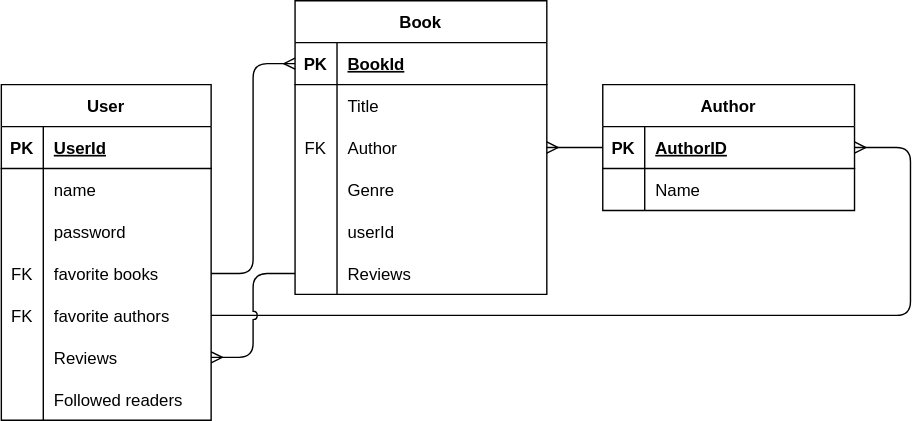
This is img/erd.drawio.svg from WaltersMatthew/BookTalk, a draw.io export, as it was before one commit. Source tidied: cells renumbered, new cells last; positions are measured from the earlier drawing's top-left corner, leaving out a move shared by most shapes.
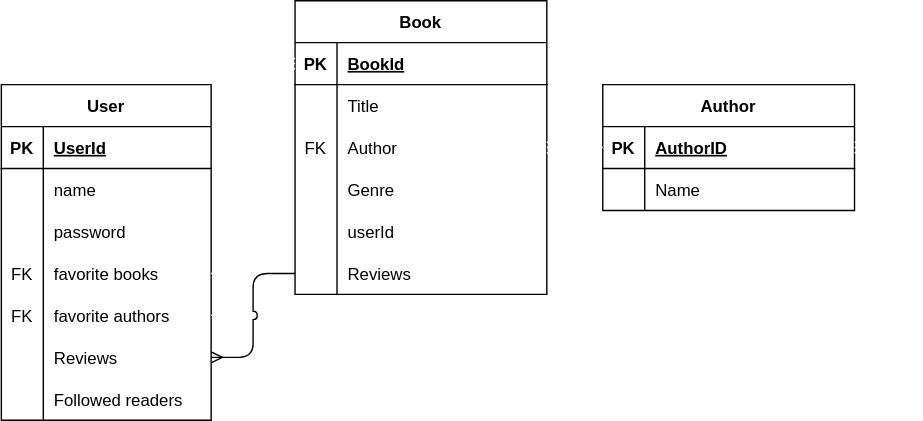
After the change.

Change to the diagram source:
```diff
@@ -125,7 +125,7 @@
     <mxCell id="42" value="Reviews" style="shape=partialRectangle;fillColor=none;top=0;left=0;bottom=0;right=0;align=left;spacingLeft=6;overflow=hidden;" parent="40" vertex="1">
       <mxGeometry x="30" width="150" height="30" as="geometry" />
     </mxCell>
-    <mxCell id="43" style="edgeStyle=entityRelationEdgeStyle;fontSize=12;html=1;endArrow=ERmany;exitX=1;exitY=0.5;exitDx=0;exitDy=0;entryX=0;entryY=0.5;entryDx=0;entryDy=0;" parent="1" edge="1" source="12" target="25">
+    <mxCell id="43" style="edgeStyle=entityRelationEdgeStyle;fontSize=12;html=1;endArrow=ERmany;exitX=1;exitY=0.5;exitDx=0;exitDy=0;entryX=0;entryY=0.5;entryDx=0;entryDy=0;fillColor=#f9f7ed;strokeColor=#FFFFFF;" parent="1" edge="1" source="12" target="25">
       <mxGeometry relative="1" as="geometry" />
     </mxCell>
     <mxCell id="44" value="Author" style="shape=table;startSize=30;rowLines=0;fontStyle=1;align=center;swimlaneFillColor=default;" parent="1" vertex="1">
@@ -149,10 +149,10 @@
     <mxCell id="50" value="Name" style="shape=partialRectangle;fillColor=none;top=0;left=0;bottom=0;right=0;align=left;spacingLeft=6;overflow=hidden;" parent="48" vertex="1">
       <mxGeometry x="30" width="150" height="30" as="geometry" />
     </mxCell>
-    <mxCell id="51" style="edgeStyle=entityRelationEdgeStyle;fontSize=12;html=1;endArrow=ERmany;exitX=0;exitY=0.5;exitDx=0;exitDy=0;" parent="1" edge="1" source="45" target="31">
+    <mxCell id="51" style="edgeStyle=entityRelationEdgeStyle;fontSize=12;html=1;endArrow=ERmany;exitX=0;exitY=0.5;exitDx=0;exitDy=0;strokeColor=#FFFFFF;" parent="1" edge="1" source="45" target="31">
       <mxGeometry relative="1" as="geometry" />
     </mxCell>
-    <mxCell id="52" style="edgeStyle=none;rounded=1;jumpStyle=arc;html=1;exitX=1;exitY=0.5;exitDx=0;exitDy=0;entryX=1;entryY=0.5;entryDx=0;entryDy=0;endArrow=ERmany;endFill=0;" parent="1" edge="1" source="15" target="45">
+    <mxCell id="52" style="edgeStyle=none;rounded=1;jumpStyle=arc;html=1;exitX=1;exitY=0.5;exitDx=0;exitDy=0;entryX=1;entryY=0.5;entryDx=0;entryDy=0;endArrow=ERmany;endFill=0;fillColor=#f9f7ed;strokeColor=#FFFFFF;" parent="1" edge="1" source="15" target="45">
       <mxGeometry relative="1" as="geometry">
         <Array as="points">
           <mxPoint x="650" y="225" />
```
